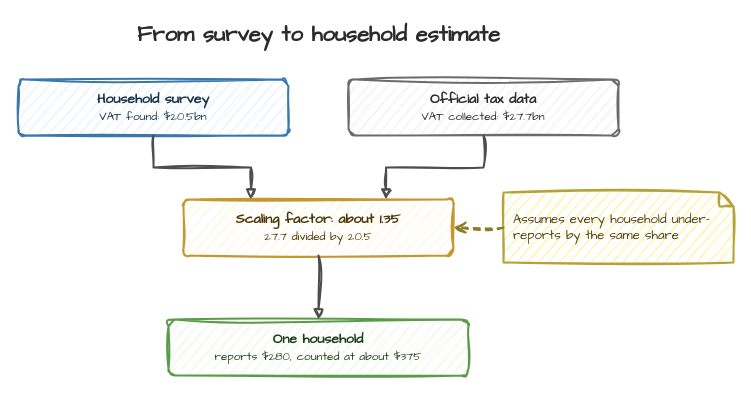
This is assets/images/taxes-explainer-en/scaling-flow.drawio from Zikithezikit/zikithezikit.github.io, a draw.io file, before an edit. Source tidied: cells renumbered, new cells numbered last; positions are measured from the earlier drawing's top-left corner, leaving out a move shared by most shapes. Both pictures are drawn from the tidied source at 100%, with x=0, y=0 at pixel (18, 17).
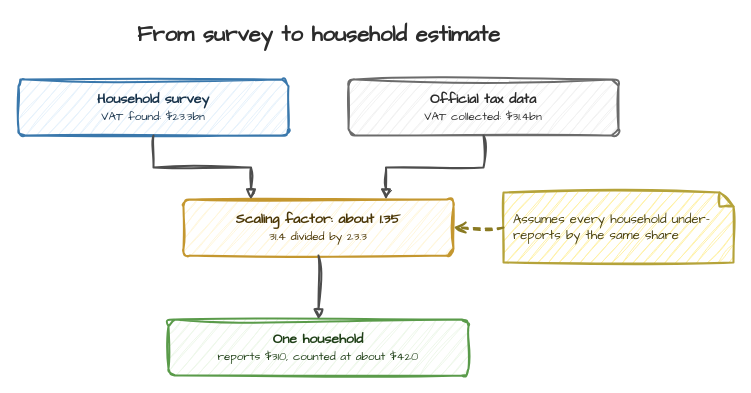
After the change.

Commit message (it also covers changes not shown here):
Convert explainer figures at 3.18 NIS per dollar

The edit, as a diff of the source:
```diff
@@
 <mxGraphModel background="#FFFFFF">
   <root>
     <mxCell id="0" />
     <mxCell id="1" parent="0" />
     <mxCell id="2" value="&lt;b&gt;From survey to household estimate&lt;/b&gt;" style="text;html=1;align=center;verticalAlign=middle;fontFamily=Architects Daughter;fontSize=22;fontStyle=1;fontColor=#2B2B2B;" parent="1" vertex="1">
       <mxGeometry x="90" width="420" height="36" as="geometry" />
     </mxCell>
-    <mxCell id="3" value="&lt;b&gt;Household survey&lt;/b&gt;&lt;br&gt;&lt;small&gt;VAT found: $20.5bn&lt;/small&gt;" style="rounded=1;arcSize=12;whiteSpace=wrap;html=1;fontFamily=Architects Daughter;sketch=1;curveFitting=1;jiggle=2;fontSize=14;fontColor=#17324A;fillColor=#E6F2FC;strokeColor=#3A78AC;strokeWidth=2;" parent="1" vertex="1">
+    <mxCell id="3" value="&lt;b&gt;Household survey&lt;/b&gt;&lt;br&gt;&lt;small&gt;VAT found: $23.3bn&lt;/small&gt;" style="rounded=1;arcSize=12;whiteSpace=wrap;html=1;fontFamily=Architects Daughter;sketch=1;curveFitting=1;jiggle=2;fontSize=14;fontColor=#17324A;fillColor=#E6F2FC;strokeColor=#3A78AC;strokeWidth=2;" parent="1" vertex="1">
       <mxGeometry y="62" width="270" height="56" as="geometry" />
     </mxCell>
-    <mxCell id="4" value="&lt;b&gt;Official tax data&lt;/b&gt;&lt;br&gt;&lt;small&gt;VAT collected: $27.7bn&lt;/small&gt;" style="rounded=1;arcSize=12;whiteSpace=wrap;html=1;fontFamily=Architects Daughter;sketch=1;curveFitting=1;jiggle=2;fontSize=14;fontColor=#2B2B2B;fillColor=#F2F2F2;strokeColor=#6B6B6B;strokeWidth=2;" parent="1" vertex="1">
+    <mxCell id="4" value="&lt;b&gt;Official tax data&lt;/b&gt;&lt;br&gt;&lt;small&gt;VAT collected: $31.4bn&lt;/small&gt;" style="rounded=1;arcSize=12;whiteSpace=wrap;html=1;fontFamily=Architects Daughter;sketch=1;curveFitting=1;jiggle=2;fontSize=14;fontColor=#2B2B2B;fillColor=#F2F2F2;strokeColor=#6B6B6B;strokeWidth=2;" parent="1" vertex="1">
       <mxGeometry x="330" y="62" width="270" height="56" as="geometry" />
     </mxCell>
-    <mxCell id="5" value="&lt;b&gt;Scaling factor: about 1.35&lt;/b&gt;&lt;br&gt;&lt;small&gt;27.7 divided by 20.5&lt;/small&gt;" style="rounded=1;arcSize=12;whiteSpace=wrap;html=1;fontFamily=Architects Daughter;sketch=1;curveFitting=1;jiggle=2;fontSize=14;fontColor=#4A3606;fillColor=#FFF7DC;strokeColor=#C4972F;strokeWidth=2;" parent="1" vertex="1">
+    <mxCell id="5" value="&lt;b&gt;Scaling factor: about 1.35&lt;/b&gt;&lt;br&gt;&lt;small&gt;31.4 divided by 23.3&lt;/small&gt;" style="rounded=1;arcSize=12;whiteSpace=wrap;html=1;fontFamily=Architects Daughter;sketch=1;curveFitting=1;jiggle=2;fontSize=14;fontColor=#4A3606;fillColor=#FFF7DC;strokeColor=#C4972F;strokeWidth=2;" parent="1" vertex="1">
       <mxGeometry x="165" y="182" width="270" height="56" as="geometry" />
     </mxCell>
-    <mxCell id="6" value="&lt;b&gt;One household&lt;/b&gt;&lt;br&gt;&lt;small&gt;reports $280, counted at about $375&lt;/small&gt;" style="rounded=1;arcSize=12;whiteSpace=wrap;html=1;fontFamily=Architects Daughter;sketch=1;curveFitting=1;jiggle=2;fontSize=14;fontColor=#1F3F17;fillColor=#EEF8EA;strokeColor=#5A9B4A;strokeWidth=2;" parent="1" vertex="1">
+    <mxCell id="6" value="&lt;b&gt;One household&lt;/b&gt;&lt;br&gt;&lt;small&gt;reports $310, counted at about $420&lt;/small&gt;" style="rounded=1;arcSize=12;whiteSpace=wrap;html=1;fontFamily=Architects Daughter;sketch=1;curveFitting=1;jiggle=2;fontSize=14;fontColor=#1F3F17;fillColor=#EEF8EA;strokeColor=#5A9B4A;strokeWidth=2;" parent="1" vertex="1">
       <mxGeometry x="150" y="302" width="300" height="56" as="geometry" />
     </mxCell>
     <mxCell id="7" value="Assumes every household under-reports by the same share" style="shape=note;size=14;whiteSpace=wrap;html=1;backgroundOutline=1;darkOpacity=0;fontFamily=Architects Daughter;sketch=1;curveFitting=1;jiggle=2;fontSize=13;fontColor=#4A4210;fillColor=#FFF2A8;strokeColor=#B5A33A;strokeWidth=2;align=left;spacingLeft=8;spacingRight=8;" parent="1" vertex="1">
       <mxGeometry x="485" y="175" width="230" height="70" as="geometry" />
     </mxCell>
     <mxCell id="8" style="edgeStyle=orthogonalEdgeStyle;rounded=0;html=1;sketch=1;curveFitting=1;jiggle=2;strokeColor=#4D4D4D;strokeWidth=2;endArrow=block;endFill=1;labelBackgroundColor=default;defaultLabelBackgroundColor=page;libavoidRouting=1;jettySize=auto;exitX=0.5;exitY=1;exitDx=0;exitDy=0;entryX=0.25;entryY=0;entryDx=0;entryDy=0;" parent="1" edge="1" source="3" target="5">
       <mxGeometry relative="1" as="geometry" />
     </mxCell>
     <mxCell id="9" style="edgeStyle=orthogonalEdgeStyle;rounded=0;html=1;sketch=1;curveFitting=1;jiggle=2;strokeColor=#4D4D4D;strokeWidth=2;endArrow=block;endFill=1;labelBackgroundColor=default;defaultLabelBackgroundColor=page;libavoidRouting=1;jettySize=auto;exitX=0.5;exitY=1;exitDx=0;exitDy=0;entryX=0.75;entryY=0;entryDx=0;entryDy=0;" parent="1" edge="1" source="4" target="5">
       <mxGeometry relative="1" as="geometry" />
     </mxCell>
     <mxCell id="10" style="edgeStyle=orthogonalEdgeStyle;rounded=0;html=1;sketch=1;curveFitting=1;jiggle=2;strokeColor=#4D4D4D;strokeWidth=2;endArrow=block;endFill=1;labelBackgroundColor=default;defaultLabelBackgroundColor=page;libavoidRouting=1;jettySize=auto;exitX=0.5;exitY=1;exitDx=0;exitDy=0;entryX=0.5;entryY=0;entryDx=0;entryDy=0;" parent="1" edge="1" source="5" target="6">
       <mxGeometry relative="1" as="geometry" />
     </mxCell>
     <mxCell id="11" style="edgeStyle=none;shape=connector;rounded=1;sketch=1;jiggle=2;curveFitting=1;jettySize=auto;html=1;endArrow=open;endSize=8;strokeWidth=2;dashed=1;strokeColor=#8A7A22;exitX=0;exitY=0.5;exitDx=0;exitDy=0;entryX=1;entryY=0.5;entryDx=0;entryDy=0;" parent="1" edge="1" source="7" target="5">
       <mxGeometry relative="1" as="geometry" />
     </mxCell>
   </root>
 </mxGraphModel>
```
